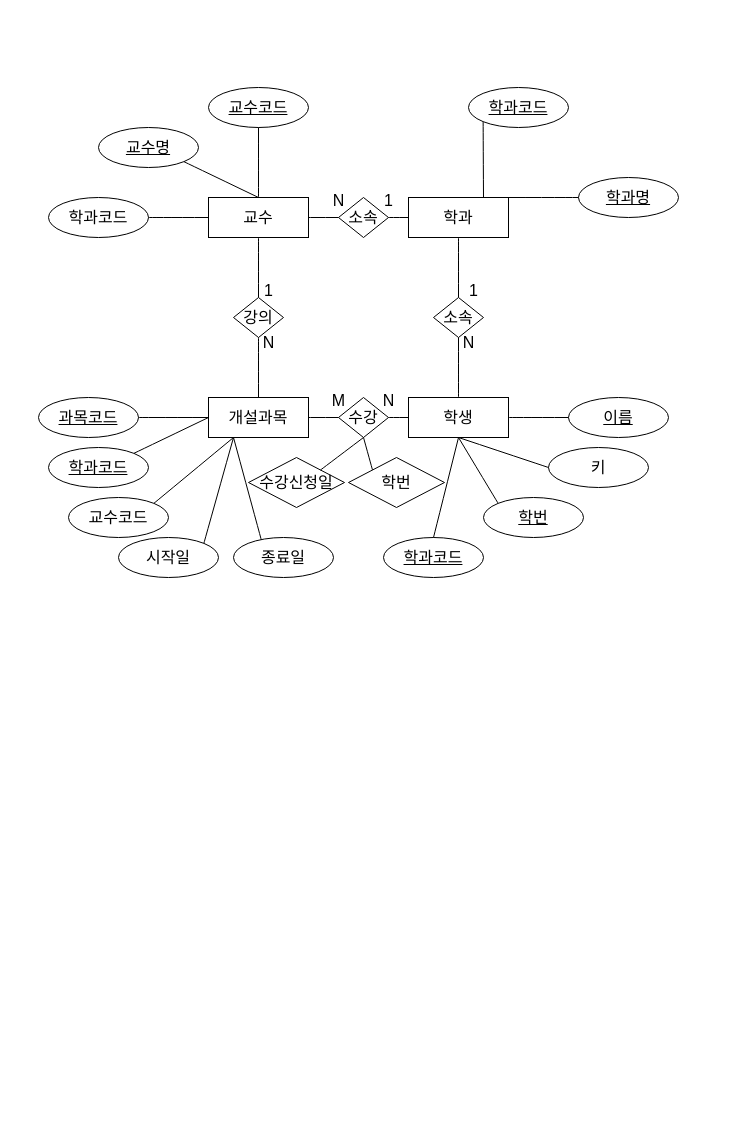
Before: page "페이지-3" (3 of 3) of erd.drawio in jrjosh1207/ai8erd, a draw.io diagram. Source tidied: cells renumbered, new cells numbered last; positions are measured from the earlier drawing's top-left corner, leaving out a move shared by most shapes. Both pictures are drawn from the tidied source at 100%, with x=0, y=0 at pixel (38, 87).
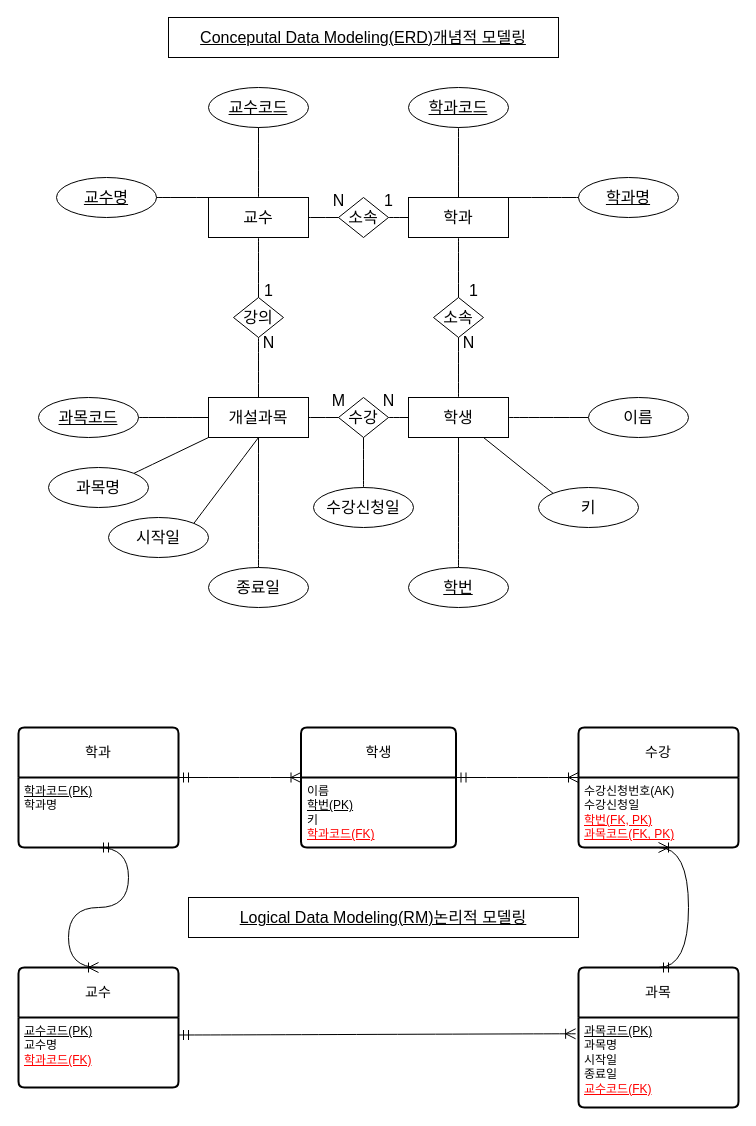
The same page after the edit.

The change refers to these unchanged cells:
```xml
<mxCell id="3" value="학생" style="whiteSpace=wrap;html=1;align=center;fontSize=16;" parent="1" vertex="1">
  <mxGeometry x="370" y="310" width="100" height="40" as="geometry" />
</mxCell>
<mxCell id="4" value="교수" style="whiteSpace=wrap;html=1;align=center;fontSize=16;" parent="1" vertex="1">
  <mxGeometry x="170" y="110" width="100" height="40" as="geometry" />
</mxCell>
<mxCell id="5" value="학과" style="whiteSpace=wrap;html=1;align=center;fontSize=16;" parent="1" vertex="1">
  <mxGeometry x="370" y="110" width="100" height="40" as="geometry" />
</mxCell>
<mxCell id="6" value="개설과목" style="whiteSpace=wrap;html=1;align=center;fontSize=16;" parent="1" vertex="1">
  <mxGeometry x="170" y="310" width="100" height="40" as="geometry" />
</mxCell>
<mxCell id="16" value="&lt;u&gt;학과명&lt;/u&gt;" style="ellipse;whiteSpace=wrap;html=1;align=center;fontSize=16;" parent="1" vertex="1">
  <mxGeometry x="540" y="90" width="100" height="40" as="geometry" />
</mxCell>
<mxCell id="23" value="수강" style="shape=rhombus;perimeter=rhombusPerimeter;whiteSpace=wrap;html=1;align=center;fontSize=16;" parent="1" vertex="1">
  <mxGeometry x="300" y="310" width="50" height="40" as="geometry" />
</mxCell>
```

What changed in the source:
```diff
@@
     <mxCell id="2" value="&lt;u&gt;학번&lt;/u&gt;" style="ellipse;whiteSpace=wrap;html=1;align=center;fontSize=16;" parent="1" vertex="1">
-      <mxGeometry x="445" y="410" width="100" height="40" as="geometry" />
+      <mxGeometry x="370" y="480" width="100" height="40" as="geometry" />
     </mxCell>
@@
     <mxCell id="7" value="키" style="ellipse;whiteSpace=wrap;html=1;align=center;fontSize=16;" parent="1" vertex="1">
-      <mxGeometry x="510" y="360" width="100" height="40" as="geometry" />
+      <mxGeometry x="500" y="400" width="100" height="40" as="geometry" />
     </mxCell>
-    <mxCell id="8" value="&lt;u&gt;이름&lt;/u&gt;" style="ellipse;whiteSpace=wrap;html=1;align=center;fontSize=16;" parent="1" vertex="1">
-      <mxGeometry x="530" y="310" width="100" height="40" as="geometry" />
-    </mxCell>
-    <mxCell id="9" value="학과코드" style="ellipse;whiteSpace=wrap;html=1;align=center;fontStyle=4;fontSize=16;" parent="1" vertex="1">
-      <mxGeometry x="345" y="450" width="100" height="40" as="geometry" />
-    </mxCell>
-    <mxCell id="10" value="학과코드" style="ellipse;whiteSpace=wrap;html=1;align=center;fontStyle=4;fontSize=16;" parent="1" vertex="1">
-      <mxGeometry x="10" y="360" width="100" height="40" as="geometry" />
-    </mxCell>
-    <mxCell id="11" value="교수코드" style="ellipse;whiteSpace=wrap;html=1;align=center;fontSize=16;" parent="1" vertex="1">
-      <mxGeometry x="30" y="410" width="100" height="40" as="geometry" />
-    </mxCell>
     <mxCell id="12" value="시작일" style="ellipse;whiteSpace=wrap;html=1;align=center;fontSize=16;" parent="1" vertex="1">
-      <mxGeometry x="80" y="450" width="100" height="40" as="geometry" />
+      <mxGeometry x="70" y="430" width="100" height="40" as="geometry" />
     </mxCell>
@@
     <mxCell id="14" value="종료일" style="ellipse;whiteSpace=wrap;html=1;align=center;fontSize=16;" parent="1" vertex="1">
-      <mxGeometry x="195" y="450" width="100" height="40" as="geometry" />
+      <mxGeometry x="170" y="480" width="100" height="40" as="geometry" />
     </mxCell>
     <mxCell id="15" value="&lt;u&gt;학과코드&lt;/u&gt;" style="ellipse;whiteSpace=wrap;html=1;align=center;fontSize=16;" parent="1" vertex="1">
-      <mxGeometry x="430" width="100" height="40" as="geometry" />
+      <mxGeometry x="370" width="100" height="40" as="geometry" />
     </mxCell>
@@
     <mxCell id="17" value="&lt;u&gt;교수명&lt;/u&gt;" style="ellipse;whiteSpace=wrap;html=1;align=center;fontSize=16;" parent="1" vertex="1">
-      <mxGeometry x="60" y="40" width="100" height="40" as="geometry" />
+      <mxGeometry x="18" y="90" width="100" height="40" as="geometry" />
     </mxCell>
@@
-    <mxCell id="19" value="학과코드" style="ellipse;whiteSpace=wrap;html=1;align=center;fontSize=16;" parent="1" vertex="1">
-      <mxGeometry x="10" y="110" width="100" height="40" as="geometry" />
-    </mxCell>
@@
-    <mxCell id="35" style="endArrow=none;html=1;rounded=0;fontSize=12;startSize=8;endSize=8;curved=1;exitX=0;exitY=0.5;exitDx=0;exitDy=0;entryX=0.75;entryY=0;entryDx=0;entryDy=0;" parent="1" edge="1" source="16" target="5">
+    <mxCell id="35" style="endArrow=none;html=1;rounded=0;fontSize=12;startSize=8;endSize=8;curved=1;exitX=0;exitY=0.5;exitDx=0;exitDy=0;entryX=0.5;entryY=0;entryDx=0;entryDy=0;" parent="1" edge="1" source="16" target="5">
       <mxGeometry relative="1" as="geometry" />
     </mxCell>
-    <mxCell id="36" style="endArrow=none;html=1;rounded=0;fontSize=12;startSize=8;endSize=8;curved=1;exitX=0;exitY=1;exitDx=0;exitDy=0;entryX=0.75;entryY=0;entryDx=0;entryDy=0;" parent="1" edge="1" source="15" target="5">
+    <mxCell id="36" style="endArrow=none;html=1;rounded=0;fontSize=12;startSize=8;endSize=8;curved=1;exitX=0.5;exitY=1;exitDx=0;exitDy=0;entryX=0.5;entryY=0;entryDx=0;entryDy=0;" parent="1" edge="1" source="15" target="5">
       <mxGeometry relative="1" as="geometry" />
     </mxCell>
@@
-    <mxCell id="43" style="endArrow=none;html=1;rounded=0;fontSize=12;startSize=8;endSize=8;curved=1;exitX=1;exitY=0;exitDx=0;exitDy=0;entryX=0.25;entryY=1;entryDx=0;entryDy=0;" parent="1" edge="1" source="12" target="6">
+    <mxCell id="43" style="endArrow=none;html=1;rounded=0;fontSize=12;startSize=8;endSize=8;curved=1;exitX=1;exitY=0;exitDx=0;exitDy=0;entryX=0.5;entryY=1;entryDx=0;entryDy=0;" parent="1" edge="1" source="12" target="6">
       <mxGeometry relative="1" as="geometry" />
     </mxCell>
@@
-    <mxCell id="45" style="endArrow=none;html=1;rounded=0;fontSize=12;startSize=8;endSize=8;curved=1;exitX=1;exitY=0.5;exitDx=0;exitDy=0;entryX=0;entryY=0.5;entryDx=0;entryDy=0;" parent="1" edge="1" source="19" target="4">
-      <mxGeometry relative="1" as="geometry" />
-    </mxCell>
-    <mxCell id="46" style="endArrow=none;html=1;rounded=0;fontSize=12;startSize=8;endSize=8;curved=1;exitX=1;exitY=0;exitDx=0;exitDy=0;entryX=0.25;entryY=1;entryDx=0;entryDy=0;" parent="1" edge="1" source="11" target="6">
-      <mxGeometry relative="1" as="geometry" />
-    </mxCell>
-    <mxCell id="47" style="endArrow=none;html=1;rounded=0;fontSize=12;startSize=8;endSize=8;curved=1;exitX=1;exitY=0;exitDx=0;exitDy=0;entryX=0;entryY=0.5;entryDx=0;entryDy=0;" parent="1" edge="1" source="10" target="6">
+    <mxCell id="47" style="endArrow=none;html=1;rounded=0;fontSize=12;startSize=8;endSize=8;curved=1;exitX=1;exitY=0;exitDx=0;exitDy=0;entryX=0;entryY=1;entryDx=0;entryDy=0;" parent="1" edge="1" source="73" target="6">
       <mxGeometry relative="1" as="geometry" />
     </mxCell>
-    <mxCell id="48" style="endArrow=none;html=1;rounded=0;fontSize=12;startSize=8;endSize=8;curved=1;exitX=1;exitY=1;exitDx=0;exitDy=0;entryX=0.5;entryY=0;entryDx=0;entryDy=0;" parent="1" edge="1" source="17" target="4">
+    <mxCell id="48" style="endArrow=none;html=1;rounded=0;fontSize=12;startSize=8;endSize=8;curved=1;exitX=1;exitY=0.5;exitDx=0;exitDy=0;entryX=0.5;entryY=0;entryDx=0;entryDy=0;" parent="1" edge="1" source="17" target="4">
       <mxGeometry relative="1" as="geometry" />
     </mxCell>
@@
-    <mxCell id="50" style="endArrow=none;html=1;rounded=0;fontSize=12;startSize=8;endSize=8;curved=1;exitX=0.278;exitY=0.06;exitDx=0;exitDy=0;entryX=0.25;entryY=1;entryDx=0;entryDy=0;exitPerimeter=0;" parent="1" edge="1" source="14" target="6">
+    <mxCell id="50" style="endArrow=none;html=1;rounded=0;fontSize=12;startSize=8;endSize=8;curved=1;exitX=0.5;exitY=0;exitDx=0;exitDy=0;entryX=0.5;entryY=1;entryDx=0;entryDy=0;" parent="1" edge="1" source="14" target="6">
       <mxGeometry relative="1" as="geometry" />
     </mxCell>
-    <mxCell id="51" style="endArrow=none;html=1;rounded=0;fontSize=12;startSize=8;endSize=8;curved=1;exitX=0;exitY=0.5;exitDx=0;exitDy=0;entryX=0.5;entryY=1;entryDx=0;entryDy=0;" parent="1" edge="1" source="7" target="3">
+    <mxCell id="51" style="endArrow=none;html=1;rounded=0;fontSize=12;startSize=8;endSize=8;curved=1;exitX=0;exitY=0;exitDx=0;exitDy=0;entryX=0.75;entryY=1;entryDx=0;entryDy=0;" parent="1" edge="1" source="7" target="3">
       <mxGeometry relative="1" as="geometry" />
     </mxCell>
-    <mxCell id="52" style="endArrow=none;html=1;rounded=0;fontSize=12;startSize=8;endSize=8;curved=1;exitX=0;exitY=0;exitDx=0;exitDy=0;entryX=0.5;entryY=1;entryDx=0;entryDy=0;" parent="1" edge="1" source="2" target="3">
+    <mxCell id="52" style="endArrow=none;html=1;rounded=0;fontSize=12;startSize=8;endSize=8;curved=1;exitX=0.5;exitY=0;exitDx=0;exitDy=0;entryX=0.5;entryY=1;entryDx=0;entryDy=0;" parent="1" edge="1" source="2" target="3">
       <mxGeometry relative="1" as="geometry" />
     </mxCell>
-    <mxCell id="53" style="endArrow=none;html=1;rounded=0;fontSize=12;startSize=8;endSize=8;curved=1;exitX=0.5;exitY=0;exitDx=0;exitDy=0;entryX=0.5;entryY=1;entryDx=0;entryDy=0;" parent="1" edge="1" source="9" target="3">
-      <mxGeometry relative="1" as="geometry" />
-    </mxCell>
+    <mxCell id="58" value="학생" style="swimlane;horizontal=1;startSize=50;rounded=1;fontSize=14;fontStyle=0;strokeWidth=2;shadow=0;dashed=0;align=center;arcSize=4;whiteSpace=wrap;html=1;" parent="1" vertex="1">
+      <mxGeometry x="262.5" y="640" width="155" height="120" as="geometry" />
+    </mxCell>
+    <mxCell id="59" value="이름&lt;br&gt;&lt;u&gt;학번(PK)&lt;br&gt;&lt;/u&gt;키&lt;br&gt;&lt;font color=&quot;#ff0000&quot;&gt;&lt;u&gt;학과코드(FK)&lt;/u&gt;&lt;/font&gt;" style="align=left;strokeColor=none;fillColor=none;spacingLeft=4;fontSize=12;verticalAlign=top;html=1;" parent="58" vertex="1">
+      <mxGeometry y="50" width="155" height="70" as="geometry" />
+    </mxCell>
+    <mxCell id="60" value="학과" style="swimlane;horizontal=1;startSize=50;rounded=1;fontSize=14;fontStyle=0;strokeWidth=2;shadow=0;dashed=0;align=center;arcSize=4;whiteSpace=wrap;html=1;" parent="1" vertex="1">
+      <mxGeometry x="-20" y="640" width="160" height="120" as="geometry" />
+    </mxCell>
+    <mxCell id="61" value="&lt;u&gt;학과코드(PK)&lt;/u&gt;&lt;br&gt;학과명" style="align=left;strokeColor=none;fillColor=none;spacingLeft=4;fontSize=12;verticalAlign=top;html=1;" parent="60" vertex="1">
+      <mxGeometry y="50" width="160" height="70" as="geometry" />
+    </mxCell>
+    <mxCell id="62" value="수강" style="swimlane;horizontal=1;startSize=50;rounded=1;fontSize=14;fontStyle=0;strokeWidth=2;shadow=0;dashed=0;align=center;arcSize=4;whiteSpace=wrap;html=1;" parent="1" vertex="1">
+      <mxGeometry x="540" y="640" width="160" height="120" as="geometry" />
+    </mxCell>
+    <mxCell id="63" value="수강신청번호(AK)&lt;br&gt;수강신청일&lt;br&gt;&lt;font style=&quot;&quot; color=&quot;#ff0000&quot;&gt;&lt;u&gt;학번(FK, PK)&lt;br&gt;과목코드(FK, PK)&lt;br&gt;&lt;/u&gt;&lt;/font&gt;" style="align=left;strokeColor=none;fillColor=none;spacingLeft=4;fontSize=12;verticalAlign=top;html=1;" parent="62" vertex="1">
+      <mxGeometry y="50" width="160" height="70" as="geometry" />
+    </mxCell>
+    <mxCell id="64" value="교수" style="swimlane;horizontal=1;startSize=50;rounded=1;fontSize=14;fontStyle=0;strokeWidth=2;shadow=0;dashed=0;align=center;arcSize=4;whiteSpace=wrap;html=1;" parent="1" vertex="1">
+      <mxGeometry x="-20" y="880" width="160" height="120" as="geometry" />
+    </mxCell>
+    <mxCell id="65" value="&lt;u&gt;교수코드(PK)&lt;br&gt;&lt;/u&gt;교수명&lt;br&gt;&lt;font style=&quot;&quot; color=&quot;#ff0000&quot;&gt;&lt;u&gt;학과코드(FK)&lt;/u&gt;&lt;/font&gt;" style="align=left;strokeColor=none;fillColor=none;spacingLeft=4;fontSize=12;verticalAlign=top;html=1;" parent="64" vertex="1">
+      <mxGeometry y="50" width="160" height="70" as="geometry" />
+    </mxCell>
-    <mxCell id="54" value="수강신청일" style="shape=rhombus;perimeter=rhombusPerimeter;whiteSpace=wrap;html=1;align=center;fontSize=16;" parent="1" vertex="1">
-      <mxGeometry x="210" y="370" width="96" height="50" as="geometry" />
+    <mxCell id="54" value="수강신청일" style="ellipse;whiteSpace=wrap;html=1;align=center;fontSize=16;" parent="1" vertex="1">
+      <mxGeometry x="275" y="400" width="100" height="40" as="geometry" />
     </mxCell>
-    <mxCell id="55" value="학번" style="shape=rhombus;perimeter=rhombusPerimeter;whiteSpace=wrap;html=1;align=center;fontSize=16;" parent="1" vertex="1">
-      <mxGeometry x="310" y="370" width="96" height="50" as="geometry" />
-    </mxCell>
+    <mxCell id="66" value="과목" style="swimlane;horizontal=1;startSize=50;rounded=1;fontSize=14;fontStyle=0;strokeWidth=2;shadow=0;dashed=0;align=center;arcSize=4;whiteSpace=wrap;html=1;" parent="1" vertex="1">
+      <mxGeometry x="540" y="880" width="160" height="140" as="geometry" />
+    </mxCell>
+    <mxCell id="67" value="&lt;u&gt;과목코드(PK)&lt;br&gt;&lt;/u&gt;과목명&lt;br&gt;시작일&lt;br&gt;종료일&lt;br&gt;&lt;font color=&quot;#ff0000&quot;&gt;&lt;u&gt;교수코드(FK)&lt;/u&gt;&lt;/font&gt;" style="align=left;strokeColor=none;fillColor=none;spacingLeft=4;fontSize=12;verticalAlign=top;html=1;" parent="66" vertex="1">
+      <mxGeometry y="50" width="160" height="90" as="geometry" />
+    </mxCell>
-    <mxCell id="56" style="endArrow=none;html=1;rounded=0;fontSize=12;startSize=8;endSize=8;curved=1;entryX=0.5;entryY=1;entryDx=0;entryDy=0;exitX=1;exitY=0;exitDx=0;exitDy=0;" parent="1" edge="1" source="54" target="23">
+    <mxCell id="56" style="endArrow=none;html=1;rounded=0;fontSize=12;startSize=8;endSize=8;curved=1;exitX=0.5;exitY=0;exitDx=0;exitDy=0;entryX=0.5;entryY=1;entryDx=0;entryDy=0;" parent="1" edge="1" source="54" target="23">
       <mxGeometry relative="1" as="geometry" />
     </mxCell>
-    <mxCell id="57" style="endArrow=none;html=1;rounded=0;fontSize=12;startSize=8;endSize=8;curved=1;exitX=0;exitY=0;exitDx=0;exitDy=0;entryX=0.5;entryY=1;entryDx=0;entryDy=0;" parent="1" edge="1" source="55" target="23">
-      <mxGeometry relative="1" as="geometry" />
-    </mxCell>
+    <mxCell id="68" style="edgeStyle=entityRelationEdgeStyle;fontSize=12;html=1;endArrow=ERoneToMany;startArrow=ERmandOne;rounded=0;startSize=8;endSize=8;curved=1;entryX=0.5;entryY=0;entryDx=0;entryDy=0;" parent="1" edge="1" target="64">
+      <mxGeometry relative="1" as="geometry">
+        <mxPoint x="60" y="760" as="sourcePoint" />
+      </mxGeometry>
+    </mxCell>
+    <mxCell id="69" style="edgeStyle=entityRelationEdgeStyle;fontSize=12;html=1;endArrow=ERoneToMany;startArrow=ERmandOne;rounded=0;startSize=8;endSize=8;curved=1;entryX=-0.018;entryY=0.181;entryDx=0;entryDy=0;entryPerimeter=0;exitX=1;exitY=0.25;exitDx=0;exitDy=0;" parent="1" edge="1" source="65" target="67">
+      <mxGeometry relative="1" as="geometry" />
+    </mxCell>
+    <mxCell id="70" style="edgeStyle=entityRelationEdgeStyle;fontSize=12;html=1;endArrow=ERoneToMany;startArrow=ERmandOne;rounded=0;startSize=8;endSize=8;curved=1;entryX=0;entryY=0;entryDx=0;entryDy=0;exitX=1;exitY=0;exitDx=0;exitDy=0;" parent="1" edge="1" source="61" target="59">
+      <mxGeometry relative="1" as="geometry" />
+    </mxCell>
+    <mxCell id="71" style="edgeStyle=entityRelationEdgeStyle;fontSize=12;html=1;endArrow=ERoneToMany;startArrow=ERmandOne;rounded=0;startSize=8;endSize=8;curved=1;entryX=0.5;entryY=1;entryDx=0;entryDy=0;exitX=0.5;exitY=0;exitDx=0;exitDy=0;" parent="1" edge="1" source="66" target="63">
+      <mxGeometry relative="1" as="geometry" />
+    </mxCell>
+    <mxCell id="72" style="edgeStyle=entityRelationEdgeStyle;fontSize=12;html=1;endArrow=ERoneToMany;startArrow=ERmandOne;rounded=0;startSize=8;endSize=8;curved=1;entryX=0;entryY=0;entryDx=0;entryDy=0;exitX=1;exitY=0;exitDx=0;exitDy=0;" parent="1" edge="1" source="59" target="63">
+      <mxGeometry relative="1" as="geometry" />
+    </mxCell>
+    <mxCell id="73" value="과목명" style="ellipse;whiteSpace=wrap;html=1;align=center;fontSize=16;" parent="1" vertex="1">
+      <mxGeometry x="10" y="380" width="100" height="40" as="geometry" />
+    </mxCell>
+    <mxCell id="8" value="이름" style="ellipse;whiteSpace=wrap;html=1;align=center;fontSize=16;" parent="1" vertex="1">
+      <mxGeometry x="550" y="310" width="100" height="40" as="geometry" />
+    </mxCell>
+    <mxCell id="74" value="&lt;font style=&quot;font-size: 16px;&quot;&gt;Logical Data Modeling(RM)논리적 모델링&lt;/font&gt;" style="whiteSpace=wrap;html=1;align=center;fontStyle=4;" parent="1" vertex="1">
+      <mxGeometry x="150" y="810" width="390" height="40" as="geometry" />
+    </mxCell>
+    <mxCell id="75" value="&lt;font style=&quot;font-size: 16px;&quot;&gt;Conceputal Data Modeling(ERD)개념적 모델링&lt;/font&gt;" style="whiteSpace=wrap;html=1;align=center;fontStyle=4;" parent="1" vertex="1">
+      <mxGeometry x="130" y="-70" width="390" height="40" as="geometry" />
+    </mxCell>
```
